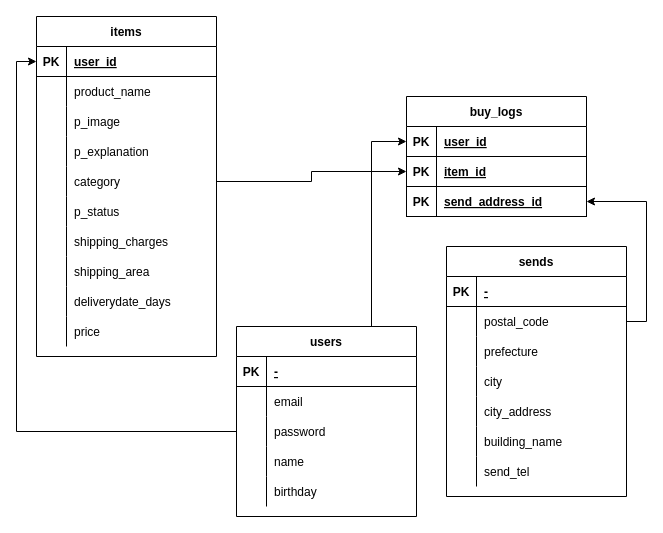
Earlier version of the draw.io diagram er_furima.dio (konishiakira/furima-36908). Source tidied: cells renumbered, new cells numbered last; positions are measured from the earlier drawing's top-left corner, leaving out a move shared by most shapes. Both pictures are drawn from the tidied source at 100%, with x=0, y=0 at pixel (36, 16).
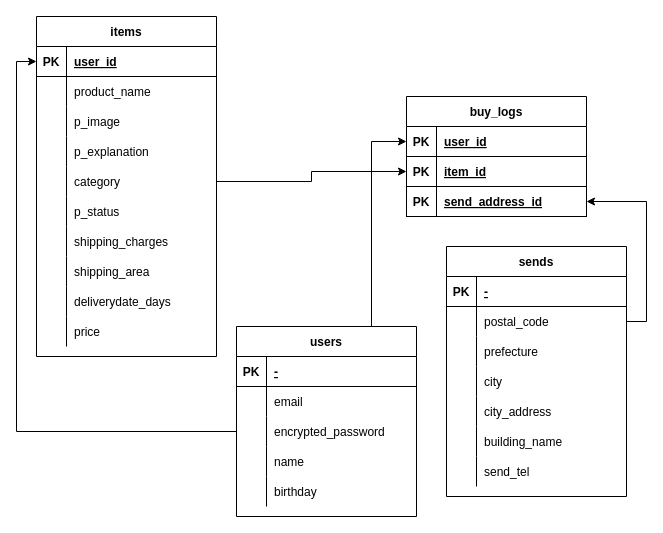
Above is the later version.

Commit message (it also covers changes not shown here):
パスワードカラムの名前修正

Unchanged cells that the change refers to:
```xml
<mxCell id="73" style="shape=partialRectangle;fillColor=none;top=0;left=0;bottom=0;right=0;points=[[0,0.5],[1,0.5]];portConstraint=eastwest;" parent="66" vertex="1">
  <mxGeometry y="90" width="180" height="30" as="geometry" />
</mxCell>
```

Change to the diagram source:
```diff
@@
-    <mxCell id="75" value="password" style="shape=partialRectangle;fillColor=none;top=0;left=0;bottom=0;right=0;align=left;spacingLeft=6;overflow=hidden;" parent="73" vertex="1">
+    <mxCell id="75" value="encrypted_password" style="shape=partialRectangle;fillColor=none;top=0;left=0;bottom=0;right=0;align=left;spacingLeft=6;overflow=hidden;" parent="73" vertex="1">
       <mxGeometry x="30" width="150" height="30" as="geometry" />
     </mxCell>
```
